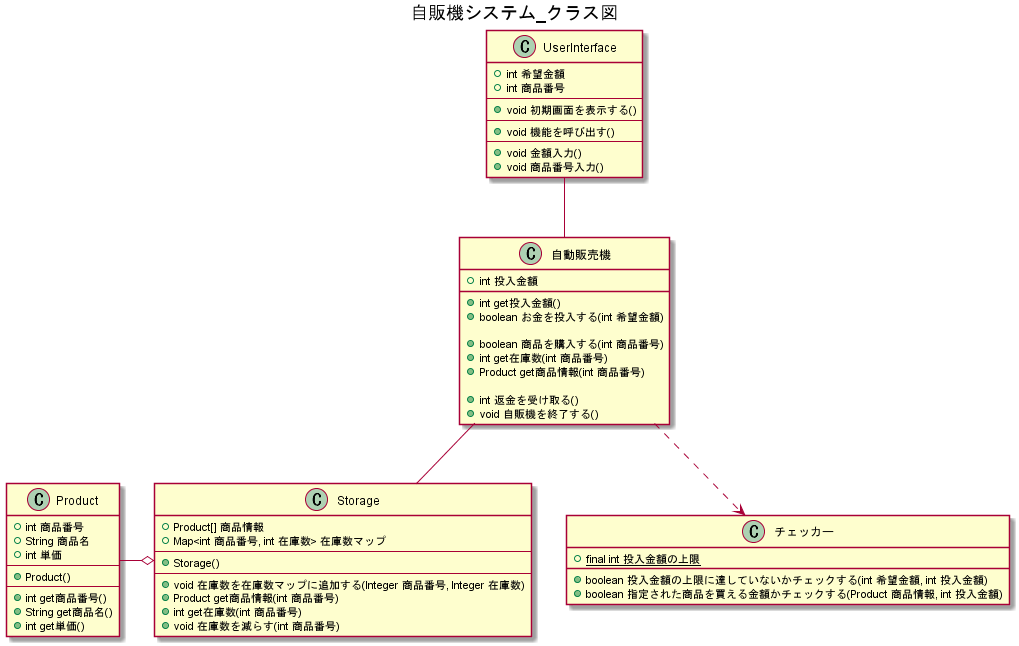
This is UML_class_sequence/自販機システム_クラス図.png from W-Nakayama-24/VendingMachine_CUI, a PlantUML export, as it was before one commit.
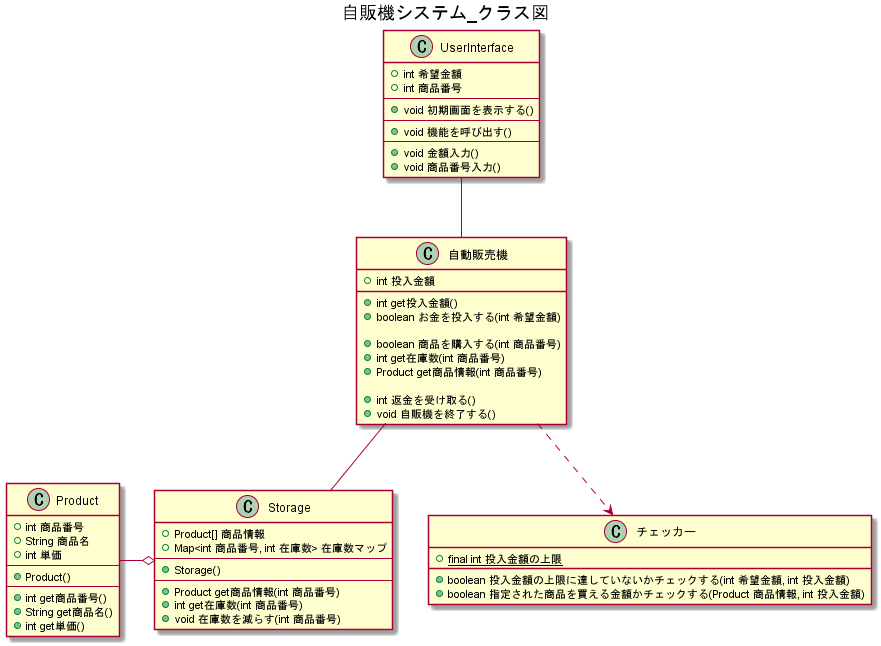
After the change.

Diff of the diagram source:
```diff
@@ -45,7 +45,6 @@
     --
     +Storage()
     --
-    +void 在庫数を在庫数マップに追加する(Integer 商品番号, Integer 在庫数)
     +Product get商品情報(int 商品番号)
     +int get在庫数(int 商品番号)
     +void 在庫数を減らす(int 商品番号)
```
